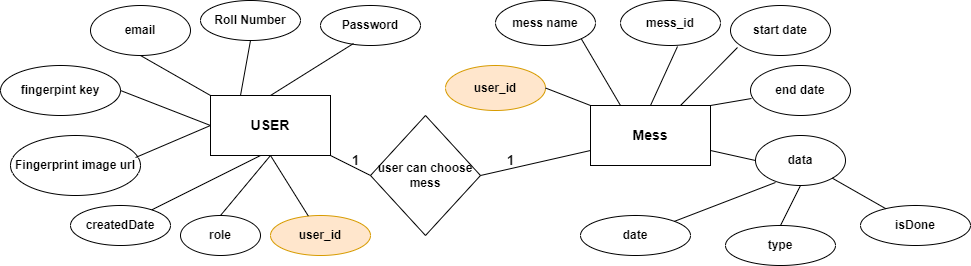
Before: src/models/btp.drawio.png, a diagram exported from draw.io (Ritik-in-Tech/B-tech-Project-Backend). Source tidied: cells renumbered, new cells last; positions are measured from the earlier drawing's top-left corner, leaving out a move shared by most shapes. Its diagram source:
```xml
<mxGraphModel>
  <root>
    <mxCell id="0" />
    <mxCell id="1" parent="0" />
    <mxCell id="2" value="&lt;b&gt;&lt;font style=&quot;font-size: 14px;&quot;&gt;USER&lt;/font&gt;&lt;/b&gt;" style="rounded=0;whiteSpace=wrap;html=1;" parent="1" vertex="1">
      <mxGeometry x="210" y="95" width="120" height="60" as="geometry" />
    </mxCell>
    <mxCell id="3" value="&lt;b&gt;email&lt;/b&gt;" style="ellipse;whiteSpace=wrap;html=1;" parent="1" vertex="1">
      <mxGeometry x="90" y="5" width="100" height="50" as="geometry" />
    </mxCell>
    <mxCell id="4" style="endArrow=none;html=1;rounded=0;entryX=0.5;entryY=1;entryDx=0;entryDy=0;exitX=0;exitY=0;exitDx=0;exitDy=0;" parent="1" edge="1" source="2" target="3">
      <mxGeometry relative="1" as="geometry" />
    </mxCell>
    <mxCell id="5" value="&lt;b&gt;Roll Number&lt;/b&gt;" style="ellipse;whiteSpace=wrap;html=1;" parent="1" vertex="1">
      <mxGeometry x="200" width="100" height="40" as="geometry" />
    </mxCell>
    <mxCell id="6" value="&lt;b&gt;Password&lt;/b&gt;" style="ellipse;whiteSpace=wrap;html=1;" parent="1" vertex="1">
      <mxGeometry x="320" y="5" width="100" height="40" as="geometry" />
    </mxCell>
    <mxCell id="7" style="endArrow=none;html=1;rounded=0;exitX=0.25;exitY=0;exitDx=0;exitDy=0;entryX=0.5;entryY=1;entryDx=0;entryDy=0;" parent="1" edge="1" source="2" target="5">
      <mxGeometry relative="1" as="geometry" />
    </mxCell>
    <mxCell id="8" style="endArrow=none;html=1;rounded=0;exitX=0.5;exitY=0;exitDx=0;exitDy=0;entryX=0.33;entryY=0.95;entryDx=0;entryDy=0;entryPerimeter=0;" parent="1" edge="1" source="2" target="6">
      <mxGeometry relative="1" as="geometry" />
    </mxCell>
    <mxCell id="9" value="&lt;b&gt;fingerpint key&lt;/b&gt;" style="ellipse;whiteSpace=wrap;html=1;" parent="1" vertex="1">
      <mxGeometry y="65" width="120" height="50" as="geometry" />
    </mxCell>
    <mxCell id="10" value="&lt;b&gt;Fingerprint image url&lt;/b&gt;" style="ellipse;whiteSpace=wrap;html=1;" parent="1" vertex="1">
      <mxGeometry x="10" y="135" width="130" height="60" as="geometry" />
    </mxCell>
    <mxCell id="11" style="endArrow=none;html=1;rounded=0;entryX=1;entryY=0.5;entryDx=0;entryDy=0;exitX=0;exitY=0.5;exitDx=0;exitDy=0;" parent="1" edge="1" source="2" target="9">
      <mxGeometry relative="1" as="geometry" />
    </mxCell>
    <mxCell id="12" style="endArrow=none;html=1;rounded=0;entryX=0.962;entryY=0.367;entryDx=0;entryDy=0;exitX=0;exitY=0.5;exitDx=0;exitDy=0;entryPerimeter=0;" parent="1" edge="1" source="2" target="10">
      <mxGeometry relative="1" as="geometry" />
    </mxCell>
    <mxCell id="13" value="&lt;b&gt;createdDate&lt;/b&gt;" style="ellipse;whiteSpace=wrap;html=1;" parent="1" vertex="1">
      <mxGeometry x="70" y="205" width="100" height="40" as="geometry" />
    </mxCell>
    <mxCell id="14" style="endArrow=none;html=1;rounded=0;entryX=0.417;entryY=1;entryDx=0;entryDy=0;entryPerimeter=0;" parent="1" edge="1" source="13" target="2">
      <mxGeometry relative="1" as="geometry" />
    </mxCell>
    <mxCell id="15" value="&lt;b&gt;&lt;font style=&quot;font-size: 14px;&quot;&gt;Mess&lt;/font&gt;&lt;/b&gt;" style="rounded=0;whiteSpace=wrap;html=1;" parent="1" vertex="1">
      <mxGeometry x="590" y="105" width="120" height="60" as="geometry" />
    </mxCell>
    <mxCell id="16" value="&lt;b&gt;mess name&lt;/b&gt;" style="ellipse;whiteSpace=wrap;html=1;" parent="1" vertex="1">
      <mxGeometry x="495" width="100" height="45" as="geometry" />
    </mxCell>
    <mxCell id="17" value="&lt;b&gt;user_id&lt;/b&gt;" style="ellipse;whiteSpace=wrap;html=1;fillColor=#ffe6cc;strokeColor=#d79b00;" parent="1" vertex="1">
      <mxGeometry x="270" y="215" width="100" height="40" as="geometry" />
    </mxCell>
    <mxCell id="18" style="endArrow=none;html=1;rounded=0;entryX=0.5;entryY=1;entryDx=0;entryDy=0;" parent="1" edge="1" source="17" target="2">
      <mxGeometry relative="1" as="geometry" />
    </mxCell>
    <mxCell id="19" value="&lt;b&gt;mess_id&lt;/b&gt;" style="ellipse;whiteSpace=wrap;html=1;" parent="1" vertex="1">
      <mxGeometry x="620" width="100" height="45" as="geometry" />
    </mxCell>
    <mxCell id="20" value="&lt;b&gt;user_id&lt;/b&gt;" style="ellipse;whiteSpace=wrap;html=1;fillColor=#ffe6cc;strokeColor=#d79b00;" parent="1" vertex="1">
      <mxGeometry x="445" y="65" width="100" height="45" as="geometry" />
    </mxCell>
    <mxCell id="21" value="&lt;b&gt;user can choose mess&lt;/b&gt;" style="rhombus;whiteSpace=wrap;html=1;" parent="1" vertex="1">
      <mxGeometry x="370" y="115" width="110" height="120" as="geometry" />
    </mxCell>
    <mxCell id="22" style="endArrow=none;html=1;rounded=0;entryX=1;entryY=1;entryDx=0;entryDy=0;exitX=0;exitY=0.5;exitDx=0;exitDy=0;" parent="1" edge="1" source="21" target="2">
      <mxGeometry relative="1" as="geometry" />
    </mxCell>
    <mxCell id="23" style="endArrow=none;html=1;rounded=0;entryX=0;entryY=0.75;entryDx=0;entryDy=0;exitX=1;exitY=0.5;exitDx=0;exitDy=0;" parent="1" edge="1" source="21" target="15">
      <mxGeometry relative="1" as="geometry" />
    </mxCell>
    <mxCell id="24" value="&lt;b&gt;&lt;font style=&quot;font-size: 13px;&quot;&gt;1&lt;/font&gt;&lt;/b&gt;" style="text;html=1;align=center;verticalAlign=middle;strokeColor=none;fillColor=none;" parent="1" vertex="1">
      <mxGeometry x="340" y="145" width="30" height="30" as="geometry" />
    </mxCell>
    <mxCell id="25" value="&lt;b&gt;&lt;font style=&quot;font-size: 13px;&quot;&gt;1&lt;/font&gt;&lt;/b&gt;" style="text;html=1;align=center;verticalAlign=middle;strokeColor=none;fillColor=none;" parent="1" vertex="1">
      <mxGeometry x="495" y="145" width="30" height="30" as="geometry" />
    </mxCell>
    <mxCell id="26" value="&lt;b&gt;start date&lt;/b&gt;" style="ellipse;whiteSpace=wrap;html=1;" parent="1" vertex="1">
      <mxGeometry x="730" y="5" width="100" height="50" as="geometry" />
    </mxCell>
    <mxCell id="27" value="&lt;b&gt;end date&lt;/b&gt;" style="ellipse;whiteSpace=wrap;html=1;" parent="1" vertex="1">
      <mxGeometry x="750" y="65" width="100" height="50" as="geometry" />
    </mxCell>
    <mxCell id="28" value="&lt;b&gt;data&lt;/b&gt;" style="ellipse;whiteSpace=wrap;html=1;" parent="1" vertex="1">
      <mxGeometry x="755" y="135" width="90" height="50" as="geometry" />
    </mxCell>
    <mxCell id="29" style="endArrow=none;html=1;rounded=0;entryX=1;entryY=0.5;entryDx=0;entryDy=0;exitX=0;exitY=0;exitDx=0;exitDy=0;" parent="1" edge="1" source="15" target="20">
      <mxGeometry relative="1" as="geometry" />
    </mxCell>
    <mxCell id="30" style="endArrow=none;html=1;rounded=0;entryX=1;entryY=1;entryDx=0;entryDy=0;exitX=0.25;exitY=0;exitDx=0;exitDy=0;" parent="1" edge="1" source="15" target="16">
      <mxGeometry relative="1" as="geometry" />
    </mxCell>
    <mxCell id="31" style="endArrow=none;html=1;rounded=0;exitX=1;exitY=0;exitDx=0;exitDy=0;entryX=0.01;entryY=0.66;entryDx=0;entryDy=0;entryPerimeter=0;" parent="1" edge="1" source="15" target="27">
      <mxGeometry relative="1" as="geometry" />
    </mxCell>
    <mxCell id="32" style="endArrow=none;html=1;rounded=0;entryX=0.07;entryY=0.84;entryDx=0;entryDy=0;exitX=0.75;exitY=0;exitDx=0;exitDy=0;entryPerimeter=0;" parent="1" edge="1" source="15" target="26">
      <mxGeometry relative="1" as="geometry" />
    </mxCell>
    <mxCell id="33" style="endArrow=none;html=1;rounded=0;entryX=0.57;entryY=1.022;entryDx=0;entryDy=0;exitX=0.5;exitY=0;exitDx=0;exitDy=0;entryPerimeter=0;" parent="1" edge="1" source="15" target="19">
      <mxGeometry relative="1" as="geometry" />
    </mxCell>
    <mxCell id="34" style="endArrow=none;html=1;rounded=0;entryX=0;entryY=0.5;entryDx=0;entryDy=0;exitX=1;exitY=0.75;exitDx=0;exitDy=0;" parent="1" edge="1" source="15" target="28">
      <mxGeometry relative="1" as="geometry" />
    </mxCell>
    <mxCell id="35" value="&lt;b&gt;date&lt;/b&gt;" style="ellipse;whiteSpace=wrap;html=1;" parent="1" vertex="1">
      <mxGeometry x="580" y="215" width="110" height="40" as="geometry" />
    </mxCell>
    <mxCell id="36" value="&lt;b&gt;type&lt;/b&gt;" style="ellipse;whiteSpace=wrap;html=1;" parent="1" vertex="1">
      <mxGeometry x="725" y="225" width="110" height="40" as="geometry" />
    </mxCell>
    <mxCell id="37" value="&lt;b&gt;isDone&lt;/b&gt;" style="ellipse;whiteSpace=wrap;html=1;" parent="1" vertex="1">
      <mxGeometry x="860" y="205" width="110" height="40" as="geometry" />
    </mxCell>
    <mxCell id="38" style="endArrow=none;html=1;rounded=0;entryX=1;entryY=1;entryDx=0;entryDy=0;" parent="1" edge="1" source="37" target="28">
      <mxGeometry relative="1" as="geometry" />
    </mxCell>
    <mxCell id="39" style="endArrow=none;html=1;rounded=0;entryX=0.5;entryY=1;entryDx=0;entryDy=0;exitX=0.5;exitY=0;exitDx=0;exitDy=0;" parent="1" edge="1" source="36" target="28">
      <mxGeometry relative="1" as="geometry" />
    </mxCell>
    <mxCell id="40" style="endArrow=none;html=1;rounded=0;entryX=0.222;entryY=0.94;entryDx=0;entryDy=0;exitX=1;exitY=0;exitDx=0;exitDy=0;entryPerimeter=0;" parent="1" edge="1" source="35" target="28">
      <mxGeometry relative="1" as="geometry" />
    </mxCell>
    <mxCell id="41" value="&lt;b&gt;role&lt;/b&gt;" style="ellipse;whiteSpace=wrap;html=1;" parent="1" vertex="1">
      <mxGeometry x="180" y="215" width="80" height="40" as="geometry" />
    </mxCell>
    <mxCell id="42" style="endArrow=none;html=1;rounded=0;entryX=0.5;entryY=1;entryDx=0;entryDy=0;exitX=0.5;exitY=0;exitDx=0;exitDy=0;" parent="1" edge="1" source="41" target="2">
      <mxGeometry relative="1" as="geometry" />
    </mxCell>
  </root>
</mxGraphModel>
```
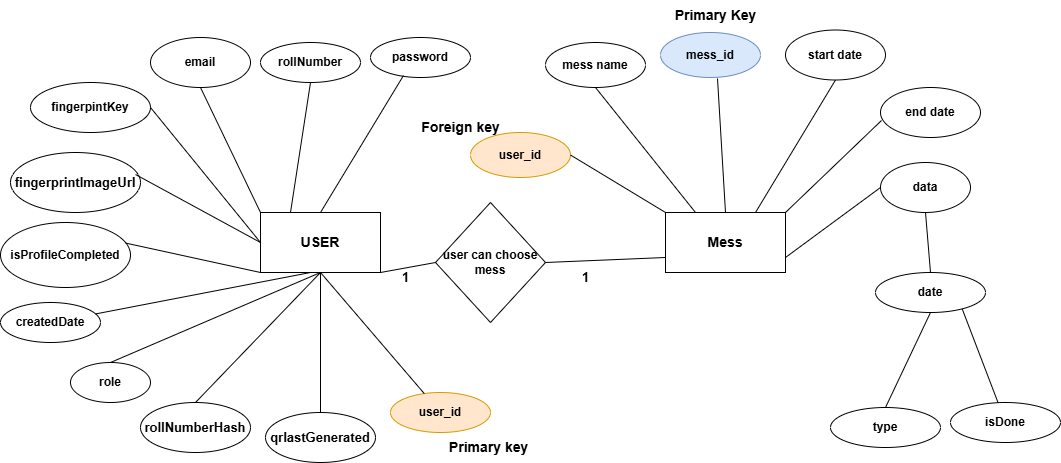
Later version of the same file.

Commit message:
btp image model updated

Diff of the diagram source:
```diff
@@ -6,16 +6,16 @@
       <mxGeometry x="210" y="95" width="120" height="60" as="geometry" />
     </mxCell>
     <mxCell id="3" value="&lt;b&gt;email&lt;/b&gt;" style="ellipse;whiteSpace=wrap;html=1;" parent="1" vertex="1">
-      <mxGeometry x="90" y="5" width="100" height="50" as="geometry" />
+      <mxGeometry x="100" y="-80" width="100" height="50" as="geometry" />
     </mxCell>
     <mxCell id="4" style="endArrow=none;html=1;rounded=0;entryX=0.5;entryY=1;entryDx=0;entryDy=0;exitX=0;exitY=0;exitDx=0;exitDy=0;" parent="1" edge="1" source="2" target="3">
       <mxGeometry relative="1" as="geometry" />
     </mxCell>
-    <mxCell id="5" value="&lt;b&gt;Roll Number&lt;/b&gt;" style="ellipse;whiteSpace=wrap;html=1;" parent="1" vertex="1">
-      <mxGeometry x="200" width="100" height="40" as="geometry" />
+    <mxCell id="5" value="&lt;b&gt;rollNumber&lt;/b&gt;" style="ellipse;whiteSpace=wrap;html=1;" parent="1" vertex="1">
+      <mxGeometry x="210" y="-75" width="100" height="40" as="geometry" />
     </mxCell>
-    <mxCell id="6" value="&lt;b&gt;Password&lt;/b&gt;" style="ellipse;whiteSpace=wrap;html=1;" parent="1" vertex="1">
-      <mxGeometry x="320" y="5" width="100" height="40" as="geometry" />
+    <mxCell id="6" value="&lt;b&gt;password&lt;/b&gt;" style="ellipse;whiteSpace=wrap;html=1;" parent="1" vertex="1">
+      <mxGeometry x="320" y="-80" width="100" height="40" as="geometry" />
     </mxCell>
     <mxCell id="7" style="endArrow=none;html=1;rounded=0;exitX=0.25;exitY=0;exitDx=0;exitDy=0;entryX=0.5;entryY=1;entryDx=0;entryDy=0;" parent="1" edge="1" source="2" target="5">
       <mxGeometry relative="1" as="geometry" />
@@ -23,11 +23,11 @@
     <mxCell id="8" style="endArrow=none;html=1;rounded=0;exitX=0.5;exitY=0;exitDx=0;exitDy=0;entryX=0.33;entryY=0.95;entryDx=0;entryDy=0;entryPerimeter=0;" parent="1" edge="1" source="2" target="6">
       <mxGeometry relative="1" as="geometry" />
     </mxCell>
-    <mxCell id="9" value="&lt;b&gt;fingerpint key&lt;/b&gt;" style="ellipse;whiteSpace=wrap;html=1;" parent="1" vertex="1">
-      <mxGeometry y="65" width="120" height="50" as="geometry" />
+    <mxCell id="9" value="&lt;b&gt;fingerpintKey&lt;/b&gt;" style="ellipse;whiteSpace=wrap;html=1;" parent="1" vertex="1">
+      <mxGeometry x="-20" y="-35" width="120" height="50" as="geometry" />
     </mxCell>
-    <mxCell id="10" value="&lt;b&gt;Fingerprint image url&lt;/b&gt;" style="ellipse;whiteSpace=wrap;html=1;" parent="1" vertex="1">
-      <mxGeometry x="10" y="135" width="130" height="60" as="geometry" />
+    <mxCell id="10" value="&lt;b&gt;&lt;font style=&quot;font-size: 13px;&quot;&gt;fingerprintImageUrl&lt;/font&gt;&lt;/b&gt;" style="ellipse;whiteSpace=wrap;html=1;" parent="1" vertex="1">
+      <mxGeometry x="-40" y="35" width="130" height="60" as="geometry" />
     </mxCell>
     <mxCell id="11" style="endArrow=none;html=1;rounded=0;entryX=1;entryY=0.5;entryDx=0;entryDy=0;exitX=0;exitY=0.5;exitDx=0;exitDy=0;" parent="1" edge="1" source="2" target="9">
       <mxGeometry relative="1" as="geometry" />
@@ -36,31 +36,31 @@
       <mxGeometry relative="1" as="geometry" />
     </mxCell>
     <mxCell id="13" value="&lt;b&gt;createdDate&lt;/b&gt;" style="ellipse;whiteSpace=wrap;html=1;" parent="1" vertex="1">
-      <mxGeometry x="70" y="205" width="100" height="40" as="geometry" />
+      <mxGeometry x="-50" y="185" width="100" height="40" as="geometry" />
     </mxCell>
     <mxCell id="14" style="endArrow=none;html=1;rounded=0;entryX=0.417;entryY=1;entryDx=0;entryDy=0;entryPerimeter=0;" parent="1" edge="1" source="13" target="2">
       <mxGeometry relative="1" as="geometry" />
     </mxCell>
     <mxCell id="15" value="&lt;b&gt;&lt;font style=&quot;font-size: 14px;&quot;&gt;Mess&lt;/font&gt;&lt;/b&gt;" style="rounded=0;whiteSpace=wrap;html=1;" parent="1" vertex="1">
-      <mxGeometry x="590" y="105" width="120" height="60" as="geometry" />
+      <mxGeometry x="615" y="95" width="120" height="60" as="geometry" />
     </mxCell>
     <mxCell id="16" value="&lt;b&gt;mess name&lt;/b&gt;" style="ellipse;whiteSpace=wrap;html=1;" parent="1" vertex="1">
-      <mxGeometry x="495" width="100" height="45" as="geometry" />
+      <mxGeometry x="495" y="-75" width="100" height="45" as="geometry" />
     </mxCell>
     <mxCell id="17" value="&lt;b&gt;user_id&lt;/b&gt;" style="ellipse;whiteSpace=wrap;html=1;fillColor=#ffe6cc;strokeColor=#d79b00;" parent="1" vertex="1">
-      <mxGeometry x="270" y="215" width="100" height="40" as="geometry" />
+      <mxGeometry x="340" y="275" width="100" height="40" as="geometry" />
     </mxCell>
     <mxCell id="18" style="endArrow=none;html=1;rounded=0;entryX=0.5;entryY=1;entryDx=0;entryDy=0;" parent="1" edge="1" source="17" target="2">
       <mxGeometry relative="1" as="geometry" />
     </mxCell>
-    <mxCell id="19" value="&lt;b&gt;mess_id&lt;/b&gt;" style="ellipse;whiteSpace=wrap;html=1;" parent="1" vertex="1">
-      <mxGeometry x="620" width="100" height="45" as="geometry" />
+    <mxCell id="19" value="&lt;b&gt;mess_id&lt;/b&gt;" style="ellipse;whiteSpace=wrap;html=1;fillColor=#dae8fc;strokeColor=#6c8ebf;" parent="1" vertex="1">
+      <mxGeometry x="610" y="-85" width="100" height="45" as="geometry" />
     </mxCell>
     <mxCell id="20" value="&lt;b&gt;user_id&lt;/b&gt;" style="ellipse;whiteSpace=wrap;html=1;fillColor=#ffe6cc;strokeColor=#d79b00;" parent="1" vertex="1">
-      <mxGeometry x="445" y="65" width="100" height="45" as="geometry" />
+      <mxGeometry x="420" y="15" width="100" height="45" as="geometry" />
     </mxCell>
     <mxCell id="21" value="&lt;b&gt;user can choose mess&lt;/b&gt;" style="rhombus;whiteSpace=wrap;html=1;" parent="1" vertex="1">
-      <mxGeometry x="370" y="115" width="110" height="120" as="geometry" />
+      <mxGeometry x="385" y="85" width="110" height="120" as="geometry" />
     </mxCell>
     <mxCell id="22" style="endArrow=none;html=1;rounded=0;entryX=1;entryY=1;entryDx=0;entryDy=0;exitX=0;exitY=0.5;exitDx=0;exitDy=0;" parent="1" edge="1" source="21" target="2">
       <mxGeometry relative="1" as="geometry" />
@@ -72,27 +72,27 @@
       <mxGeometry x="340" y="145" width="30" height="30" as="geometry" />
     </mxCell>
     <mxCell id="25" value="&lt;b&gt;&lt;font style=&quot;font-size: 13px;&quot;&gt;1&lt;/font&gt;&lt;/b&gt;" style="text;html=1;align=center;verticalAlign=middle;strokeColor=none;fillColor=none;" parent="1" vertex="1">
-      <mxGeometry x="495" y="145" width="30" height="30" as="geometry" />
+      <mxGeometry x="520" y="145" width="30" height="30" as="geometry" />
     </mxCell>
     <mxCell id="26" value="&lt;b&gt;start date&lt;/b&gt;" style="ellipse;whiteSpace=wrap;html=1;" parent="1" vertex="1">
-      <mxGeometry x="730" y="5" width="100" height="50" as="geometry" />
+      <mxGeometry x="735" y="-87.5" width="100" height="50" as="geometry" />
     </mxCell>
     <mxCell id="27" value="&lt;b&gt;end date&lt;/b&gt;" style="ellipse;whiteSpace=wrap;html=1;" parent="1" vertex="1">
-      <mxGeometry x="750" y="65" width="100" height="50" as="geometry" />
+      <mxGeometry x="830" y="-30" width="100" height="50" as="geometry" />
     </mxCell>
     <mxCell id="28" value="&lt;b&gt;data&lt;/b&gt;" style="ellipse;whiteSpace=wrap;html=1;" parent="1" vertex="1">
-      <mxGeometry x="755" y="135" width="90" height="50" as="geometry" />
+      <mxGeometry x="830" y="45" width="90" height="50" as="geometry" />
     </mxCell>
     <mxCell id="29" style="endArrow=none;html=1;rounded=0;entryX=1;entryY=0.5;entryDx=0;entryDy=0;exitX=0;exitY=0;exitDx=0;exitDy=0;" parent="1" edge="1" source="15" target="20">
       <mxGeometry relative="1" as="geometry" />
     </mxCell>
-    <mxCell id="30" style="endArrow=none;html=1;rounded=0;entryX=1;entryY=1;entryDx=0;entryDy=0;exitX=0.25;exitY=0;exitDx=0;exitDy=0;" parent="1" edge="1" source="15" target="16">
+    <mxCell id="30" style="endArrow=none;html=1;rounded=0;entryX=0.5;entryY=1;entryDx=0;entryDy=0;exitX=0.25;exitY=0;exitDx=0;exitDy=0;" parent="1" edge="1" source="15" target="16">
       <mxGeometry relative="1" as="geometry" />
     </mxCell>
     <mxCell id="31" style="endArrow=none;html=1;rounded=0;exitX=1;exitY=0;exitDx=0;exitDy=0;entryX=0.01;entryY=0.66;entryDx=0;entryDy=0;entryPerimeter=0;" parent="1" edge="1" source="15" target="27">
       <mxGeometry relative="1" as="geometry" />
     </mxCell>
-    <mxCell id="32" style="endArrow=none;html=1;rounded=0;entryX=0.07;entryY=0.84;entryDx=0;entryDy=0;exitX=0.75;exitY=0;exitDx=0;exitDy=0;entryPerimeter=0;" parent="1" edge="1" source="15" target="26">
+    <mxCell id="32" style="endArrow=none;html=1;rounded=0;entryX=0.5;entryY=1;entryDx=0;entryDy=0;exitX=0.75;exitY=0;exitDx=0;exitDy=0;" parent="1" edge="1" source="15" target="26">
       <mxGeometry relative="1" as="geometry" />
     </mxCell>
     <mxCell id="33" style="endArrow=none;html=1;rounded=0;entryX=0.57;entryY=1.022;entryDx=0;entryDy=0;exitX=0.5;exitY=0;exitDx=0;exitDy=0;entryPerimeter=0;" parent="1" edge="1" source="15" target="19">
@@ -102,28 +102,57 @@
       <mxGeometry relative="1" as="geometry" />
     </mxCell>
     <mxCell id="35" value="&lt;b&gt;date&lt;/b&gt;" style="ellipse;whiteSpace=wrap;html=1;" parent="1" vertex="1">
-      <mxGeometry x="580" y="215" width="110" height="40" as="geometry" />
+      <mxGeometry x="825" y="155" width="110" height="40" as="geometry" />
     </mxCell>
     <mxCell id="36" value="&lt;b&gt;type&lt;/b&gt;" style="ellipse;whiteSpace=wrap;html=1;" parent="1" vertex="1">
-      <mxGeometry x="725" y="225" width="110" height="40" as="geometry" />
+      <mxGeometry x="780" y="290" width="110" height="40" as="geometry" />
     </mxCell>
     <mxCell id="37" value="&lt;b&gt;isDone&lt;/b&gt;" style="ellipse;whiteSpace=wrap;html=1;" parent="1" vertex="1">
-      <mxGeometry x="860" y="205" width="110" height="40" as="geometry" />
+      <mxGeometry x="900" y="285" width="110" height="40" as="geometry" />
     </mxCell>
-    <mxCell id="38" style="endArrow=none;html=1;rounded=0;entryX=1;entryY=1;entryDx=0;entryDy=0;" parent="1" edge="1" source="37" target="28">
+    <mxCell id="38" style="endArrow=none;html=1;rounded=0;entryX=0.789;entryY=0.916;entryDx=0;entryDy=0;entryPerimeter=0;" parent="1" edge="1" source="37" target="35">
       <mxGeometry relative="1" as="geometry" />
     </mxCell>
-    <mxCell id="39" style="endArrow=none;html=1;rounded=0;entryX=0.5;entryY=1;entryDx=0;entryDy=0;exitX=0.5;exitY=0;exitDx=0;exitDy=0;" parent="1" edge="1" source="36" target="28">
+    <mxCell id="39" style="endArrow=none;html=1;rounded=0;entryX=0.5;entryY=1;entryDx=0;entryDy=0;exitX=0.5;exitY=0;exitDx=0;exitDy=0;" parent="1" edge="1" source="36" target="35">
       <mxGeometry relative="1" as="geometry" />
     </mxCell>
-    <mxCell id="40" style="endArrow=none;html=1;rounded=0;entryX=0.222;entryY=0.94;entryDx=0;entryDy=0;exitX=1;exitY=0;exitDx=0;exitDy=0;entryPerimeter=0;" parent="1" edge="1" source="35" target="28">
+    <mxCell id="40" style="endArrow=none;html=1;rounded=0;entryX=0.5;entryY=1;entryDx=0;entryDy=0;exitX=0.5;exitY=0;exitDx=0;exitDy=0;" parent="1" edge="1" source="35" target="28">
       <mxGeometry relative="1" as="geometry" />
     </mxCell>
     <mxCell id="41" value="&lt;b&gt;role&lt;/b&gt;" style="ellipse;whiteSpace=wrap;html=1;" parent="1" vertex="1">
-      <mxGeometry x="180" y="215" width="80" height="40" as="geometry" />
+      <mxGeometry x="20" y="245" width="80" height="40" as="geometry" />
     </mxCell>
     <mxCell id="42" style="endArrow=none;html=1;rounded=0;entryX=0.5;entryY=1;entryDx=0;entryDy=0;exitX=0.5;exitY=0;exitDx=0;exitDy=0;" parent="1" edge="1" source="41" target="2">
       <mxGeometry relative="1" as="geometry" />
     </mxCell>
+    <mxCell id="43" value="&lt;b&gt;isProfileCompleted&lt;/b&gt;" style="ellipse;whiteSpace=wrap;html=1;" parent="1" vertex="1">
+      <mxGeometry x="-50" y="105" width="130" height="65" as="geometry" />
+    </mxCell>
+    <mxCell id="44" style="endArrow=none;html=1;rounded=0;entryX=0;entryY=1;entryDx=0;entryDy=0;exitX=0.964;exitY=0.317;exitDx=0;exitDy=0;exitPerimeter=0;" parent="1" edge="1" source="43" target="2">
+      <mxGeometry relative="1" as="geometry" />
+    </mxCell>
+    <mxCell id="45" value="&lt;b&gt;&lt;font style=&quot;font-size: 13px;&quot;&gt;rollNumberHash&lt;/font&gt;&lt;/b&gt;" style="ellipse;whiteSpace=wrap;html=1;" parent="1" vertex="1">
+      <mxGeometry x="90" y="285" width="110" height="50" as="geometry" />
+    </mxCell>
+    <mxCell id="46" value="&lt;span style=&quot;font-size: 13px;&quot;&gt;&lt;b&gt;qrlastGenerated&lt;/b&gt;&lt;/span&gt;" style="ellipse;whiteSpace=wrap;html=1;" parent="1" vertex="1">
+      <mxGeometry x="215" y="295" width="110" height="50" as="geometry" />
+    </mxCell>
+    <mxCell id="47" style="endArrow=none;html=1;rounded=0;exitX=0.5;exitY=0;exitDx=0;exitDy=0;" parent="1" edge="1" source="45">
+      <mxGeometry relative="1" as="geometry">
+        <mxPoint x="270" y="155" as="targetPoint" />
+      </mxGeometry>
+    </mxCell>
+    <mxCell id="48" style="endArrow=none;html=1;rounded=0;exitX=0.5;exitY=0;exitDx=0;exitDy=0;entryX=0.5;entryY=1;entryDx=0;entryDy=0;" parent="1" edge="1" source="46" target="2">
+      <mxGeometry relative="1" as="geometry" />
+    </mxCell>
+    <mxCell id="49" value="&lt;b&gt;&lt;font style=&quot;font-size: 14px;&quot;&gt;Primary key&amp;nbsp;&lt;/font&gt;&lt;/b&gt;" style="text;html=1;align=center;verticalAlign=middle;strokeColor=none;fillColor=none;" parent="1" vertex="1">
+      <mxGeometry x="385" y="315" width="110" height="30" as="geometry" />
+    </mxCell>
+    <mxCell id="50" value="&lt;b&gt;&lt;font style=&quot;font-size: 14px;&quot;&gt;Foreign key&lt;/font&gt;&lt;/b&gt;" style="text;html=1;align=center;verticalAlign=middle;strokeColor=none;fillColor=none;" parent="1" vertex="1">
+      <mxGeometry x="360" y="-5" width="100" height="30" as="geometry" />
+    </mxCell>
+    <mxCell id="51" value="&lt;b&gt;&lt;font style=&quot;font-size: 14px;&quot;&gt;Primary Key&lt;/font&gt;&lt;/b&gt;" style="text;html=1;align=center;verticalAlign=middle;strokeColor=none;fillColor=none;" parent="1" vertex="1">
+      <mxGeometry x="610" y="-117.5" width="110" height="30" as="geometry" />
+    </mxCell>
   </root>
 </mxGraphModel>
```
